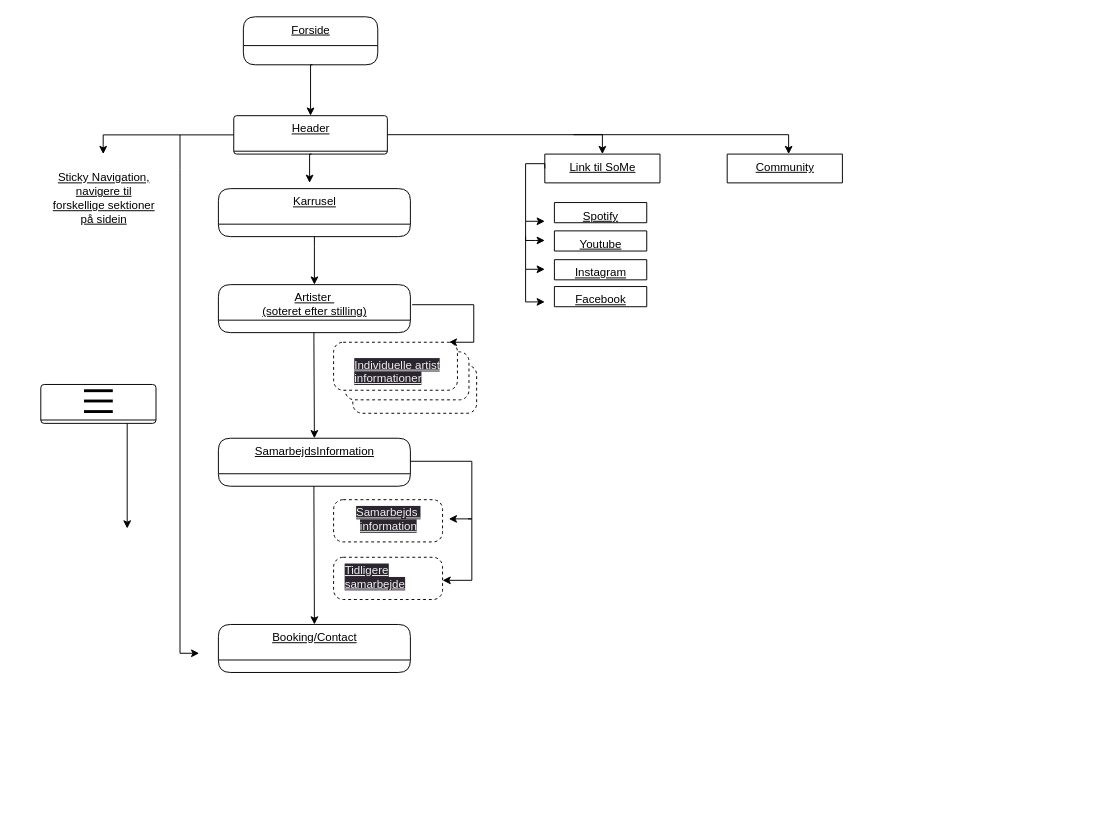
LauraKyster/affiliated_eksamensprojekt keeps this draw.io diagram as src/pages/sitemap.drawio. Above is the earlier version. Source tidied: cells renumbered, new cells numbered last; positions are measured from the earlier drawing's top-left corner, leaving out a move shared by most shapes. Both pictures are drawn from the tidied source at 96%, with x=0, y=0 at pixel (40, 16).
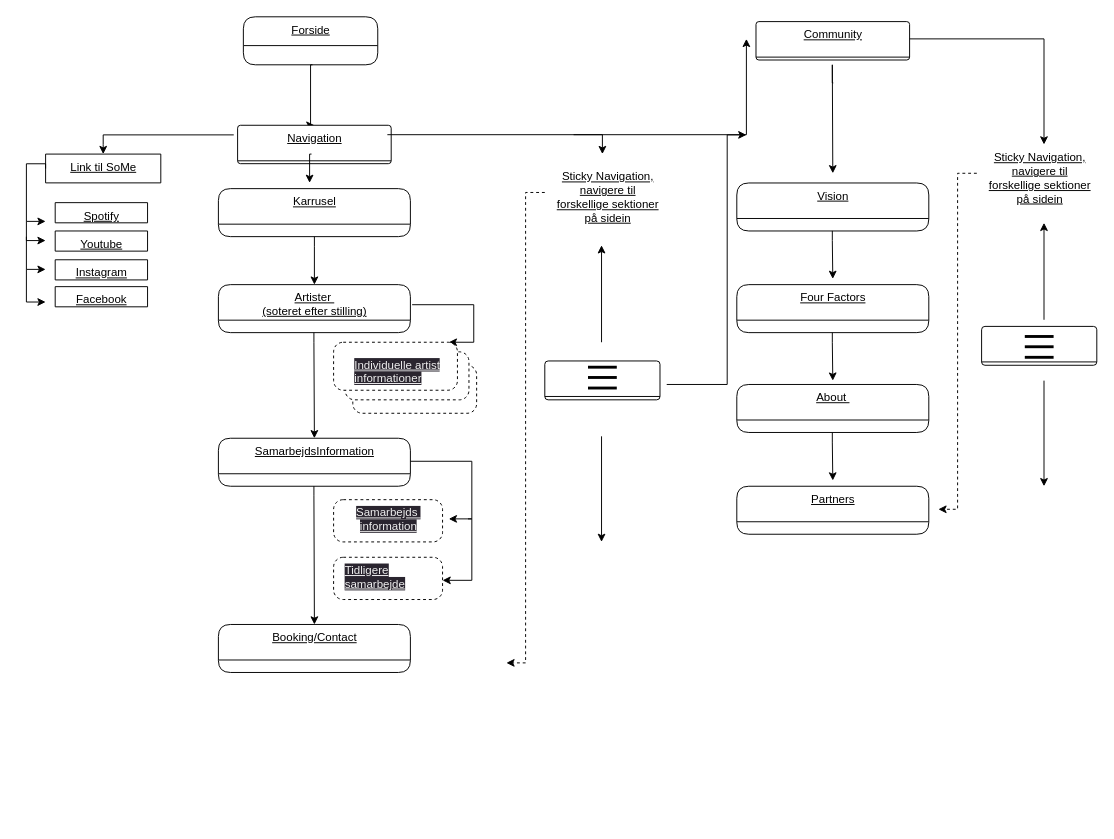
The same diagram, later.

Unchanged cells that the change refers to:
```xml
<mxCell id="37" style="swimlane;fontStyle=4;align=center;verticalAlign=top;horizontal=1;startSize=37;html=1;rounded=1;absoluteArcSize=1;arcSize=25;" parent="36" vertex="1">
  <mxGeometry width="120" height="40.5" as="geometry" />
</mxCell>
```

Change to the diagram source:
```diff
@@
+    <mxCell id="46" style="swimlane;fontStyle=4;align=center;verticalAlign=top;horizontal=1;startSize=37;html=1;rounded=1;absoluteArcSize=1;arcSize=25;" parent="1" vertex="1">
+      <mxGeometry x="980" y="322.5" width="120" height="40.5" as="geometry" />
+    </mxCell>
@@
-    <mxCell id="20" value="Header" style="swimlane;fontStyle=4;align=center;verticalAlign=top;horizontal=1;startSize=37;html=1;rounded=1;absoluteArcSize=1;arcSize=25;" parent="1" vertex="1">
-      <mxGeometry x="201" y="103" width="160" height="40" as="geometry" />
+    <mxCell id="20" value="Navigation" style="swimlane;fontStyle=4;align=center;verticalAlign=top;horizontal=1;startSize=37;html=1;rounded=1;absoluteArcSize=1;arcSize=25;" parent="1" vertex="1">
+      <mxGeometry x="205" y="113" width="160" height="40" as="geometry" />
     </mxCell>
@@
     <mxCell id="23" value="Link til SoMe" style="swimlane;fontStyle=4;align=center;verticalAlign=top;horizontal=1;startSize=37;html=1;rounded=1;absoluteArcSize=1;arcSize=25;" parent="1" vertex="1">
-      <mxGeometry x="525" y="143" width="120" height="30" as="geometry" />
+      <mxGeometry x="5" y="143" width="120" height="30" as="geometry" />
     </mxCell>
-    <mxCell id="24" value="&lt;span style=&quot;font-size: 12px&quot;&gt;&lt;br&gt;&lt;/span&gt;" style="edgeStyle=orthogonalEdgeStyle;rounded=0;jettySize=auto;html=1;exitX=0;exitY=0.5;exitDx=0;exitDy=0;" parent="1" edge="1" source="23">
+    <mxCell id="24" value="&lt;span style=&quot;font-size: 12px&quot;&gt;&lt;br&gt;&lt;/span&gt;" style="edgeStyle=orthogonalEdgeStyle;rounded=0;orthogonalLoop=1;jettySize=auto;html=1;exitX=0;exitY=0.5;exitDx=0;exitDy=0;" parent="1" edge="1">
       <mxGeometry x="-0.1" relative="1" as="geometry">
-        <mxPoint x="525" y="213" as="targetPoint" />
+        <mxPoint x="5" y="158.1" as="sourcePoint" />
+        <mxPoint x="5" y="213.1" as="targetPoint" />
         <Array as="points">
-          <mxPoint x="525" y="153" />
-          <mxPoint x="505" y="153" />
-          <mxPoint x="505" y="213" />
+          <mxPoint x="5" y="153.1" />
+          <mxPoint x="-15" y="153.1" />
+          <mxPoint x="-15" y="213.1" />
         </Array>
       </mxGeometry>
     </mxCell>
     <mxCell id="25" value="Spotify" style="swimlane;fontStyle=4;align=center;verticalAlign=top;horizontal=1;startSize=37;html=1;rounded=1;absoluteArcSize=1;arcSize=25;" parent="1" vertex="1">
-      <mxGeometry x="535" y="193.5" width="96.2" height="21" as="geometry" />
+      <mxGeometry x="15" y="193.6" width="96.2" height="21" as="geometry" />
     </mxCell>
     <mxCell id="26" value="&lt;span style=&quot;font-size: 12px&quot;&gt;&lt;br&gt;&lt;/span&gt;" style="edgeStyle=orthogonalEdgeStyle;rounded=0;orthogonalLoop=1;jettySize=auto;html=1;" parent="1" edge="1">
       <mxGeometry relative="1" as="geometry">
-        <mxPoint x="505" y="213" as="sourcePoint" />
-        <mxPoint x="525" y="233" as="targetPoint" />
+        <mxPoint x="-15" y="213.1" as="sourcePoint" />
+        <mxPoint x="5" y="233.1" as="targetPoint" />
         <Array as="points">
-          <mxPoint x="505" y="233" />
-          <mxPoint x="515" y="233" />
+          <mxPoint x="-15" y="233.1" />
+          <mxPoint x="-5" y="233.1" />
         </Array>
       </mxGeometry>
     </mxCell>
     <mxCell id="27" value="Youtube" style="swimlane;fontStyle=4;align=center;verticalAlign=top;horizontal=1;startSize=37;html=1;rounded=1;absoluteArcSize=1;arcSize=25;" parent="1" vertex="1">
-      <mxGeometry x="535" y="223" width="96.2" height="21" as="geometry" />
+      <mxGeometry x="15" y="223.1" width="96.2" height="21" as="geometry" />
     </mxCell>
     <mxCell id="28" value="Instagram" style="swimlane;fontStyle=4;align=center;verticalAlign=top;horizontal=1;startSize=37;html=1;rounded=1;absoluteArcSize=1;arcSize=25;" parent="1" vertex="1">
-      <mxGeometry x="535" y="253" width="96.2" height="21" as="geometry" />
+      <mxGeometry x="15" y="253.1" width="96.2" height="21" as="geometry" />
     </mxCell>
     <mxCell id="29" value="Facebook" style="swimlane;fontStyle=4;align=center;verticalAlign=top;horizontal=1;startSize=37;html=1;rounded=1;absoluteArcSize=1;arcSize=25;" parent="1" vertex="1">
-      <mxGeometry x="535" y="281" width="96.2" height="21" as="geometry" />
+      <mxGeometry x="15" y="281.1" width="96.2" height="21" as="geometry" />
     </mxCell>
     <mxCell id="30" value="&lt;span style=&quot;font-size: 12px&quot;&gt;&lt;br&gt;&lt;/span&gt;" style="edgeStyle=orthogonalEdgeStyle;rounded=0;orthogonalLoop=1;jettySize=auto;html=1;" parent="1" edge="1">
       <mxGeometry x="0.2" y="-10" relative="1" as="geometry">
-        <mxPoint x="505" y="229" as="sourcePoint" />
-        <mxPoint x="525" y="263" as="targetPoint" />
+        <mxPoint x="-15" y="229.1" as="sourcePoint" />
+        <mxPoint x="5" y="263.1" as="targetPoint" />
         <Array as="points">
-          <mxPoint x="505" y="229" />
-          <mxPoint x="505" y="263" />
+          <mxPoint x="-15" y="229.1" />
+          <mxPoint x="-15" y="263.1" />
         </Array>
       </mxGeometry>
     </mxCell>
     <mxCell id="31" value="&lt;span style=&quot;font-size: 12px&quot;&gt;&lt;br&gt;&lt;/span&gt;" style="edgeStyle=orthogonalEdgeStyle;rounded=0;orthogonalLoop=1;jettySize=auto;html=1;" parent="1" edge="1">
       <mxGeometry relative="1" as="geometry">
-        <mxPoint x="505" y="263" as="sourcePoint" />
-        <mxPoint x="525" y="297" as="targetPoint" />
+        <mxPoint x="-15" y="263.1" as="sourcePoint" />
+        <mxPoint x="5" y="297.1" as="targetPoint" />
         <Array as="points">
-          <mxPoint x="505" y="263" />
-          <mxPoint x="505" y="297" />
+          <mxPoint x="-15" y="263.1" />
+          <mxPoint x="-15" y="297.1" />
         </Array>
       </mxGeometry>
     </mxCell>
@@
-    <mxCell id="35" value="Community&lt;br&gt;" style="swimlane;fontStyle=4;align=center;verticalAlign=top;horizontal=1;startSize=37;html=1;rounded=1;absoluteArcSize=1;arcSize=25;" parent="1" vertex="1">
-      <mxGeometry x="715" y="143" width="120" height="30" as="geometry" />
-    </mxCell>
     <mxCell id="36" style="group;" parent="1" vertex="1">
-      <mxGeometry y="383" width="120" height="40.5" as="geometry" />
+      <mxGeometry x="525" y="358.5" width="120" height="40.5" as="geometry" />
     </mxCell>
@@
     <mxCell id="42" value="&lt;div style=&quot;text-align: center;&quot;&gt;&lt;span style=&quot;background-color: initial;&quot;&gt;&lt;u&gt;Sticky Navigation, navigere til forskellige sektioner på sidein&lt;/u&gt;&lt;/span&gt;&lt;/div&gt;" style="text;whiteSpace=wrap;html=1;" parent="1" vertex="1">
-      <mxGeometry x="10" y="153.5" width="110" height="50" as="geometry" />
+      <mxGeometry x="535" y="153" width="110" height="50" as="geometry" />
     </mxCell>
-    <mxCell id="43" value="&lt;span style=&quot;font-size: 12px&quot;&gt;&lt;br&gt;&lt;/span&gt;" style="edgeStyle=orthogonalEdgeStyle;rounded=0;orthogonalLoop=1;jettySize=auto;html=1;" parent="1" edge="1">
+    <mxCell id="43" value="&lt;span style=&quot;font-size: 12px&quot;&gt;&lt;br&gt;&lt;/span&gt;" style="edgeStyle=orthogonalEdgeStyle;rounded=0;orthogonalLoop=1;jettySize=auto;html=1;dashed=1;" parent="1" edge="1">
       <mxGeometry x="1" y="-85" relative="1" as="geometry">
-        <mxPoint x="145" y="123" as="sourcePoint" />
-        <mxPoint x="165" y="663" as="targetPoint" />
+        <mxPoint x="525" y="183" as="sourcePoint" />
+        <mxPoint x="485" y="673" as="targetPoint" />
         <Array as="points">
-          <mxPoint x="145" y="159" />
-          <mxPoint x="145" y="169" />
+          <mxPoint x="505" y="673" />
         </Array>
         <mxPoint x="75" y="84" as="offset" />
       </mxGeometry>
     </mxCell>
-    <mxCell id="44" style="edgeStyle=none;html=1;exitX=0.75;exitY=1;exitDx=0;exitDy=0;" parent="1" edge="1" source="37">
+    <mxCell id="44" style="edgeStyle=none;html=1;" parent="1" edge="1">
       <mxGeometry relative="1" as="geometry">
-        <mxPoint x="90" y="533" as="targetPoint" />
+        <mxPoint x="584.1" y="437" as="sourcePoint" />
+        <mxPoint x="584.1" y="547" as="targetPoint" />
       </mxGeometry>
     </mxCell>
     <mxCell id="45" value="&lt;span style=&quot;font-size: 12px&quot;&gt;&lt;br&gt;&lt;/span&gt;" style="edgeStyle=orthogonalEdgeStyle;rounded=0;orthogonalLoop=1;jettySize=auto;html=1;" parent="1" edge="1">
       <mxGeometry relative="1" as="geometry">
         <mxPoint x="555" y="122.8" as="sourcePoint" />
-        <mxPoint x="779" y="143" as="targetPoint" />
+        <mxPoint x="735" y="23" as="targetPoint" />
         <Array as="points">
           <mxPoint x="555" y="122.8" />
         </Array>
       </mxGeometry>
     </mxCell>
+    <mxCell id="47" style="edgeStyle=none;html=1;" parent="1" edge="1">
+      <mxGeometry relative="1" as="geometry">
+        <mxPoint x="584.1" y="339" as="sourcePoint" />
+        <mxPoint x="584.1" y="238" as="targetPoint" />
+      </mxGeometry>
+    </mxCell>
+    <mxCell id="35" value="Community" style="swimlane;fontStyle=4;align=center;verticalAlign=top;horizontal=1;startSize=37;html=1;rounded=1;absoluteArcSize=1;arcSize=25;" parent="1" vertex="1">
+      <mxGeometry x="745" y="5" width="160" height="40" as="geometry" />
+    </mxCell>
+    <mxCell id="48" value="&lt;span style=&quot;font-size: 12px&quot;&gt;&lt;br&gt;&lt;/span&gt;" style="edgeStyle=orthogonalEdgeStyle;rounded=0;orthogonalLoop=1;jettySize=auto;html=1;exitX=1.009;exitY=0.418;exitDx=0;exitDy=0;exitPerimeter=0;" parent="1" edge="1">
+      <mxGeometry relative="1" as="geometry">
+        <mxPoint x="652" y="383" as="sourcePoint" />
+        <mxPoint x="735" y="123" as="targetPoint" />
+        <Array as="points">
+          <mxPoint x="715" y="383" />
+        </Array>
+      </mxGeometry>
+    </mxCell>
+    <mxCell id="49" value="Vision" style="swimlane;fontStyle=4;align=center;verticalAlign=top;horizontal=1;startSize=37;html=1;rounded=1;absoluteArcSize=1;arcSize=25;" parent="1" vertex="1">
+      <mxGeometry x="725" y="173.1" width="200" height="50" as="geometry" />
+    </mxCell>
+    <mxCell id="50" value="Four Factors" style="swimlane;fontStyle=4;align=center;verticalAlign=top;horizontal=1;startSize=37;html=1;rounded=1;absoluteArcSize=1;arcSize=25;" parent="1" vertex="1">
+      <mxGeometry x="725" y="279" width="200" height="50" as="geometry" />
+    </mxCell>
+    <mxCell id="51" value="About&amp;nbsp;" style="swimlane;fontStyle=4;align=center;verticalAlign=top;horizontal=1;startSize=37;html=1;rounded=1;absoluteArcSize=1;arcSize=25;" parent="1" vertex="1">
+      <mxGeometry x="725" y="383" width="200" height="50" as="geometry" />
+    </mxCell>
+    <mxCell id="52" value="Partners" style="swimlane;fontStyle=4;align=center;verticalAlign=top;horizontal=1;startSize=37;html=1;rounded=1;absoluteArcSize=1;arcSize=25;" parent="1" vertex="1">
+      <mxGeometry x="725" y="489" width="200" height="50" as="geometry" />
+    </mxCell>
+    <mxCell id="53" value="&lt;span style=&quot;font-size: 12px&quot;&gt;&lt;br&gt;&lt;/span&gt;" style="edgeStyle=orthogonalEdgeStyle;rounded=0;orthogonalLoop=1;jettySize=auto;html=1;exitX=0.5;exitY=1;exitDx=0;exitDy=0;" parent="1" edge="1">
+      <mxGeometry x="1" y="40" relative="1" as="geometry">
+        <mxPoint x="824.5" y="223" as="sourcePoint" />
+        <mxPoint x="825" y="273" as="targetPoint" />
+        <Array as="points">
+          <mxPoint x="824.5" y="233" />
+          <mxPoint x="824.5" y="233" />
+        </Array>
+        <mxPoint x="-40" y="40" as="offset" />
+      </mxGeometry>
+    </mxCell>
+    <mxCell id="54" value="&lt;span style=&quot;font-size: 12px&quot;&gt;&lt;br&gt;&lt;/span&gt;" style="edgeStyle=orthogonalEdgeStyle;rounded=0;orthogonalLoop=1;jettySize=auto;html=1;exitX=0.5;exitY=1;exitDx=0;exitDy=0;" parent="1" edge="1">
+      <mxGeometry x="1" y="40" relative="1" as="geometry">
+        <mxPoint x="824.5" y="329" as="sourcePoint" />
+        <mxPoint x="825" y="379" as="targetPoint" />
+        <Array as="points">
+          <mxPoint x="824.5" y="339" />
+          <mxPoint x="824.5" y="339" />
+        </Array>
+        <mxPoint x="-40" y="40" as="offset" />
+      </mxGeometry>
+    </mxCell>
+    <mxCell id="55" value="&lt;span style=&quot;font-size: 12px&quot;&gt;&lt;br&gt;&lt;/span&gt;" style="edgeStyle=orthogonalEdgeStyle;rounded=0;orthogonalLoop=1;jettySize=auto;html=1;exitX=0.5;exitY=1;exitDx=0;exitDy=0;" parent="1" edge="1">
+      <mxGeometry x="1" y="40" relative="1" as="geometry">
+        <mxPoint x="824.5" y="433" as="sourcePoint" />
+        <mxPoint x="825" y="483" as="targetPoint" />
+        <Array as="points">
+          <mxPoint x="824.5" y="443" />
+          <mxPoint x="824.5" y="443" />
+        </Array>
+        <mxPoint x="-40" y="40" as="offset" />
+      </mxGeometry>
+    </mxCell>
+    <mxCell id="56" value="&lt;span style=&quot;font-size: 12px&quot;&gt;&lt;br&gt;&lt;/span&gt;" style="edgeStyle=orthogonalEdgeStyle;rounded=0;orthogonalLoop=1;jettySize=auto;html=1;" parent="1" edge="1">
+      <mxGeometry x="1" y="40" relative="1" as="geometry">
+        <mxPoint x="825.5" y="68.9" as="sourcePoint" />
+        <mxPoint x="825" y="163" as="targetPoint" />
+        <Array as="points">
+          <mxPoint x="824.5" y="50" />
+          <mxPoint x="824.5" y="50" />
+        </Array>
+        <mxPoint x="-40" y="40" as="offset" />
+      </mxGeometry>
+    </mxCell>
+    <mxCell id="57" value="&lt;span style=&quot;font-size: 12px&quot;&gt;&lt;br&gt;&lt;/span&gt;" style="edgeStyle=orthogonalEdgeStyle;rounded=0;orthogonalLoop=1;jettySize=auto;html=1;" parent="1" edge="1">
+      <mxGeometry x="-0.1" relative="1" as="geometry">
+        <mxPoint x="905" y="23" as="sourcePoint" />
+        <mxPoint x="1045" y="133" as="targetPoint" />
+        <Array as="points">
+          <mxPoint x="1045" y="23" />
+          <mxPoint x="1045" y="133" />
+        </Array>
+      </mxGeometry>
+    </mxCell>
+    <mxCell id="58" value="&lt;div style=&quot;text-align: center;&quot;&gt;&lt;span style=&quot;background-color: initial;&quot;&gt;&lt;u&gt;Sticky Navigation, navigere til forskellige sektioner på sidein&lt;/u&gt;&lt;/span&gt;&lt;/div&gt;" style="text;whiteSpace=wrap;html=1;" parent="1" vertex="1">
+      <mxGeometry x="985" y="133" width="110" height="50" as="geometry" />
+    </mxCell>
+    <mxCell id="59" style="edgeStyle=none;html=1;" parent="1" edge="1">
+      <mxGeometry relative="1" as="geometry">
+        <mxPoint x="1045" y="315.6" as="sourcePoint" />
+        <mxPoint x="1045" y="214.6" as="targetPoint" />
+      </mxGeometry>
+    </mxCell>
+    <mxCell id="60" style="group;" parent="1" vertex="1">
+      <mxGeometry x="535" y="368.5" width="120" height="40.5" as="geometry" />
+    </mxCell>
+    <mxCell id="61" style="group;" parent="60" vertex="1">
+      <mxGeometry x="490" y="-35.5" width="30" height="21.7" as="geometry" />
+    </mxCell>
+    <mxCell id="62" style="endArrow=none;startArrow=none;endFill=0;startFill=0;endSize=8;html=1;verticalAlign=bottom;labelBackgroundColor=none;strokeWidth=3;" parent="61" edge="1">
+      <mxGeometry relative="1" as="geometry">
+        <mxPoint as="sourcePoint" />
+        <mxPoint x="30" as="targetPoint" />
+      </mxGeometry>
+    </mxCell>
+    <mxCell id="63" style="endArrow=none;startArrow=none;endFill=0;startFill=0;endSize=8;html=1;verticalAlign=bottom;labelBackgroundColor=none;strokeWidth=3;" parent="61" edge="1">
+      <mxGeometry relative="1" as="geometry">
+        <mxPoint y="10.7" as="sourcePoint" />
+        <mxPoint x="30" y="10.7" as="targetPoint" />
+      </mxGeometry>
+    </mxCell>
+    <mxCell id="64" style="endArrow=none;startArrow=none;endFill=0;startFill=0;endSize=8;html=1;verticalAlign=bottom;labelBackgroundColor=none;strokeWidth=3;" parent="61" edge="1">
+      <mxGeometry relative="1" as="geometry">
+        <mxPoint y="21.7" as="sourcePoint" />
+        <mxPoint x="30" y="21.7" as="targetPoint" />
+      </mxGeometry>
+    </mxCell>
+    <mxCell id="65" style="edgeStyle=none;html=1;" parent="1" edge="1">
+      <mxGeometry relative="1" as="geometry">
+        <mxPoint x="1045" y="379" as="sourcePoint" />
+        <mxPoint x="1045" y="489" as="targetPoint" />
+      </mxGeometry>
+    </mxCell>
+    <mxCell id="66" value="&lt;span style=&quot;font-size: 12px&quot;&gt;&lt;br&gt;&lt;/span&gt;" style="edgeStyle=orthogonalEdgeStyle;rounded=0;orthogonalLoop=1;jettySize=auto;html=1;dashed=1;" parent="1" edge="1">
+      <mxGeometry x="1" y="-85" relative="1" as="geometry">
+        <mxPoint x="975" y="163" as="sourcePoint" />
+        <mxPoint x="935" y="513" as="targetPoint" />
+        <Array as="points">
+          <mxPoint x="955" y="163" />
+        </Array>
+        <mxPoint x="75" y="84" as="offset" />
+      </mxGeometry>
+    </mxCell>
```
